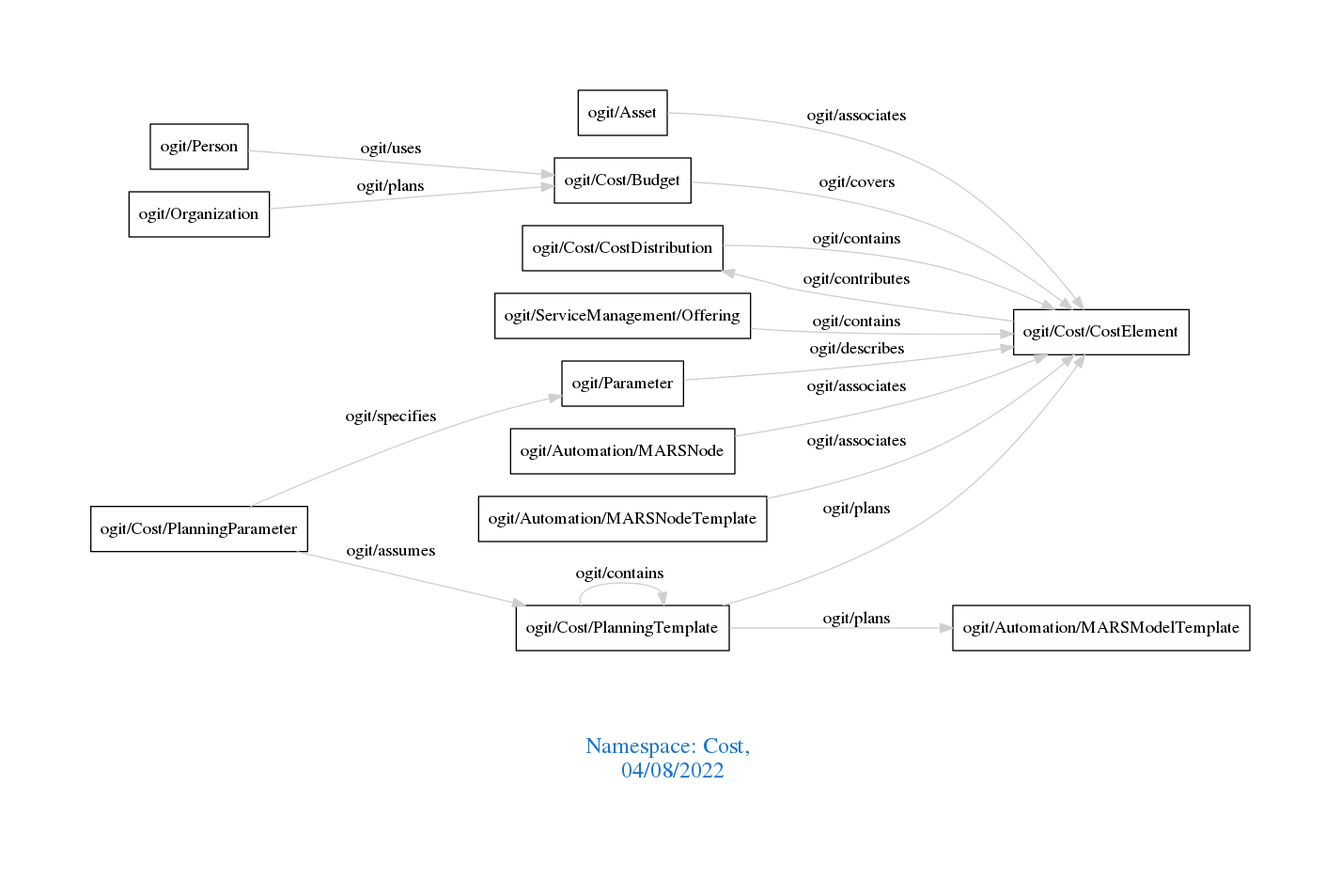
Above: downloads/Cost.png in arago/OGIT (Graphviz), before the change. Its source is kept beside it as downloads/Cost.dot.
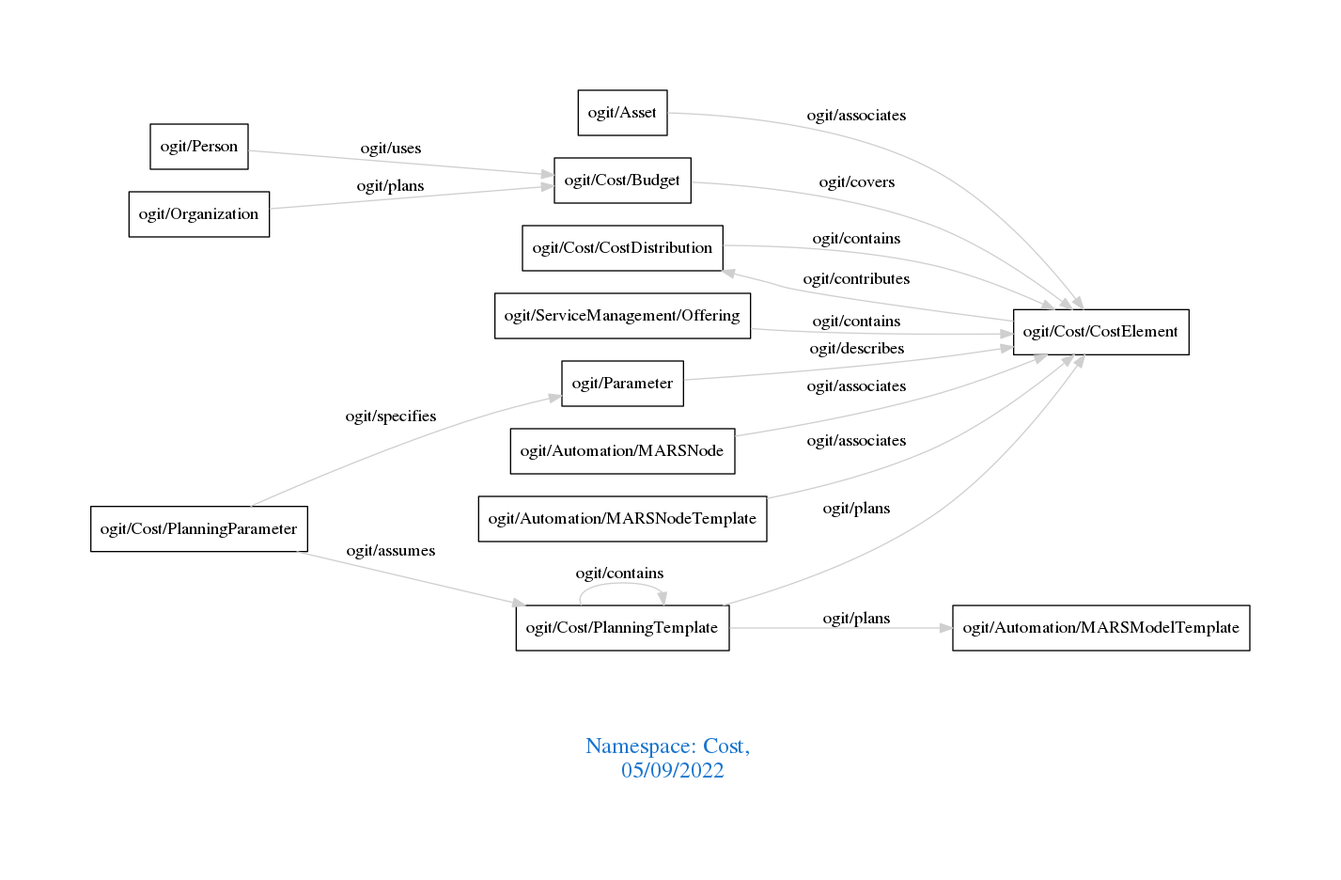
The same diagram one commit later.

The edit, as a diff of the source:
```diff
@@ -1,7 +1,7 @@
 digraph OGIT_ontology {
  graph [ rankdir= LR,pad=1
 fontsize = 18,
-fontcolor= dodgerblue3,label = "\n\n\nNamespace: Cost, \n 04/08/2022"];
+fontcolor= dodgerblue3,label = "\n\n\nNamespace: Cost, \n 05/09/2022"];
 node[shape=polygon];
 edge [  color="gray81"];
 
```
